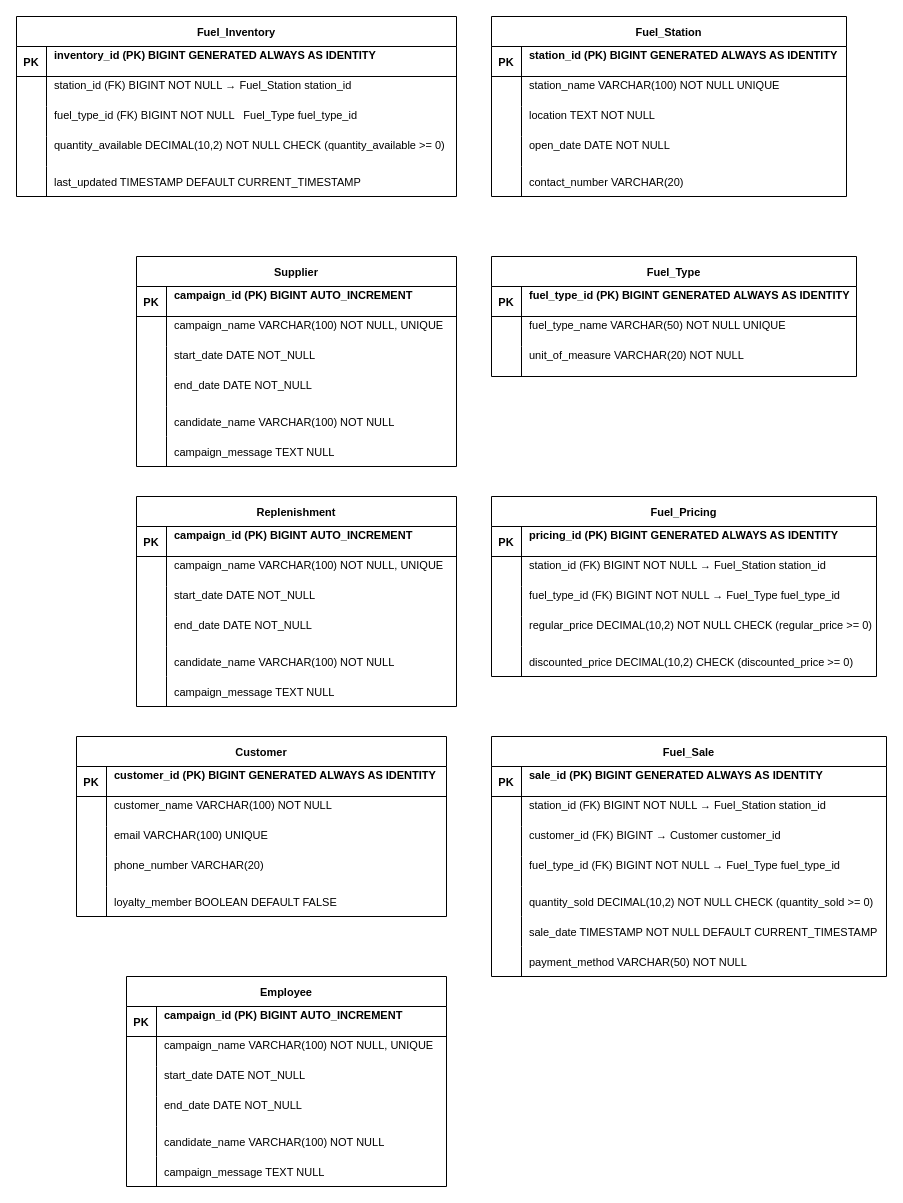
SergejusSG/git-demo1 keeps this draw.io diagram as Untitled Diagram.drawio. Above is the earlier version. Source tidied: cells renumbered, new cells numbered last; positions are measured from the earlier drawing's top-left corner, leaving out a move shared by most shapes. Both pictures are drawn from the tidied source at 100%, with x=0, y=0 at pixel (16, 16).
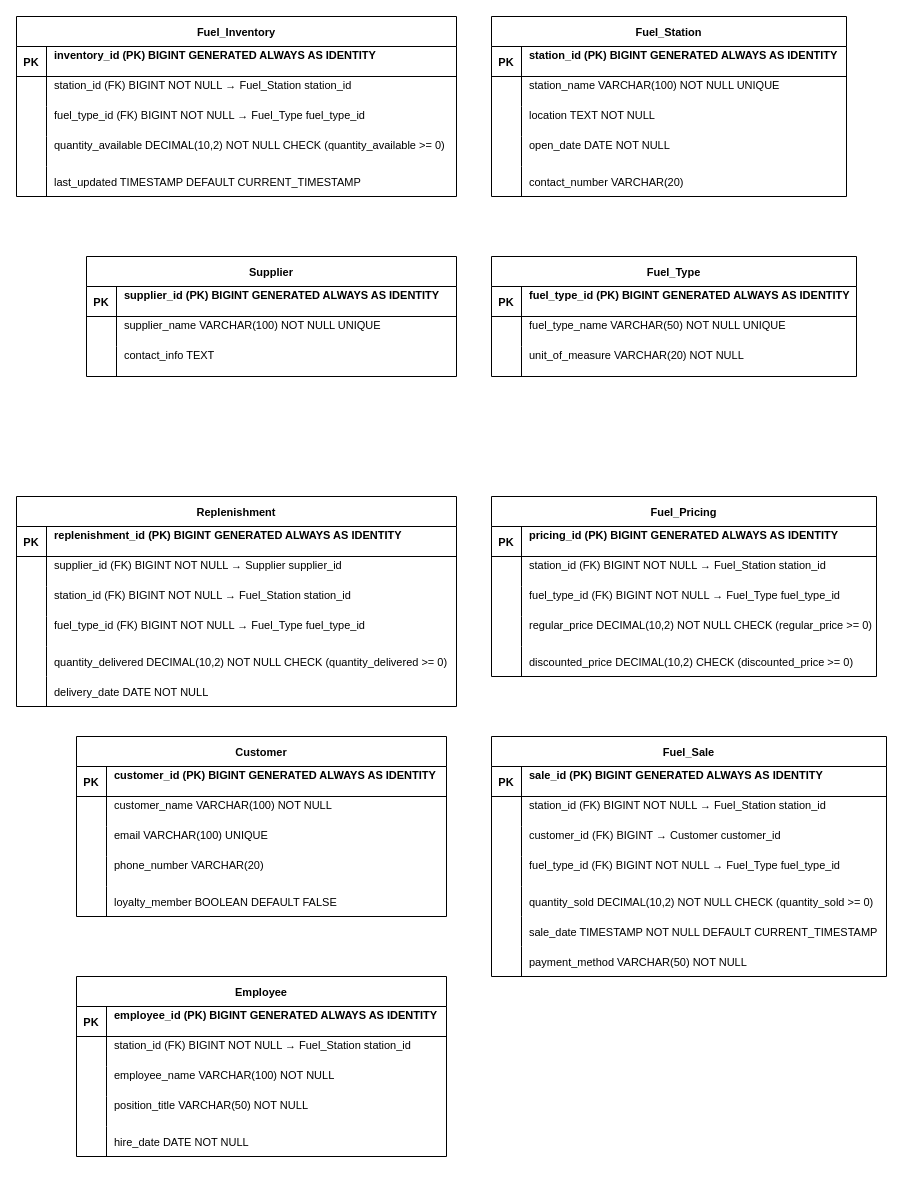
Above is the later version.

The change refers to these unchanged cells:
```xml
<mxCell id="35" style="shape=partialRectangle;fillColor=none;top=0;left=0;right=0;bottom=0;fontSize=11;" parent="28" vertex="1">
  <mxGeometry y="90" width="440" height="30" as="geometry" />
</mxCell>
```

Diff of the diagram source:
```diff
@@
-    <mxCell id="37" value="fuel_type_id (FK) BIGINT NOT NULL   Fuel_Type fuel_type_id&#10;" style="shape=partialRectangle;overflow=hidden;fillColor=none;top=0;left=0;bottom=0;right=0;align=left;spacingLeft=6;fontSize=11;" parent="35" vertex="1">
+    <mxCell id="37" value="fuel_type_id (FK) BIGINT NOT NULL → Fuel_Type fuel_type_id&#10;" style="shape=partialRectangle;overflow=hidden;fillColor=none;top=0;left=0;bottom=0;right=0;align=left;spacingLeft=6;fontSize=11;" parent="35" vertex="1">
       <mxGeometry x="30" width="410" height="30" as="geometry" />
     </mxCell>
@@
     <mxCell id="44" value="Supplier" style="shape=table;startSize=30;childLayout=tableLayout;rowLines=0;fontStyle=1;align=center;fontSize=11;" parent="1" vertex="1">
-      <mxGeometry x="120" y="240" width="320" height="210" as="geometry" />
+      <mxGeometry x="70" y="240" width="370" height="120" as="geometry" />
     </mxCell>
     <mxCell id="45" style="shape=partialRectangle;fillColor=none;top=0;left=0;right=0;bottom=1;fontSize=11;" parent="44" vertex="1">
-      <mxGeometry y="30" width="320" height="30" as="geometry" />
+      <mxGeometry y="30" width="370" height="30" as="geometry" />
     </mxCell>
@@
-    <mxCell id="47" value="campaign_id (PK) BIGINT AUTO_INCREMENT&#10;" style="shape=partialRectangle;overflow=hidden;fillColor=none;top=0;left=0;bottom=0;right=0;align=left;spacingLeft=6;fontStyle=1;fontSize=11;" parent="45" vertex="1">
-      <mxGeometry x="30" width="290" height="30" as="geometry" />
+    <mxCell id="47" value="supplier_id (PK) BIGINT GENERATED ALWAYS AS IDENTITY&#10;" style="shape=partialRectangle;overflow=hidden;fillColor=none;top=0;left=0;bottom=0;right=0;align=left;spacingLeft=6;fontStyle=1;fontSize=11;" parent="45" vertex="1">
+      <mxGeometry x="30" width="340" height="30" as="geometry" />
     </mxCell>
     <mxCell id="48" style="shape=partialRectangle;fillColor=none;top=0;left=0;right=0;bottom=0;fontSize=11;" parent="44" vertex="1">
-      <mxGeometry y="60" width="320" height="30" as="geometry" />
+      <mxGeometry y="60" width="370" height="30" as="geometry" />
     </mxCell>
@@
-    <mxCell id="50" value="campaign_name VARCHAR(100) NOT NULL, UNIQUE&#10;" style="shape=partialRectangle;overflow=hidden;fillColor=none;top=0;left=0;bottom=0;right=0;align=left;spacingLeft=6;fontSize=11;" parent="48" vertex="1">
-      <mxGeometry x="30" width="290" height="30" as="geometry" />
+    <mxCell id="50" value="supplier_name VARCHAR(100) NOT NULL UNIQUE&#10;" style="shape=partialRectangle;overflow=hidden;fillColor=none;top=0;left=0;bottom=0;right=0;align=left;spacingLeft=6;fontSize=11;" parent="48" vertex="1">
+      <mxGeometry x="30" width="340" height="30" as="geometry" />
     </mxCell>
     <mxCell id="51" style="shape=partialRectangle;fillColor=none;top=0;left=0;right=0;bottom=0;fontSize=11;" parent="44" vertex="1">
-      <mxGeometry y="90" width="320" height="30" as="geometry" />
+      <mxGeometry y="90" width="370" height="30" as="geometry" />
     </mxCell>
@@
-    <mxCell id="53" value="start_date DATE NOT_NULL&#10;" style="shape=partialRectangle;overflow=hidden;fillColor=none;top=0;left=0;bottom=0;right=0;align=left;spacingLeft=6;fontSize=11;" parent="51" vertex="1">
-      <mxGeometry x="30" width="290" height="30" as="geometry" />
+    <mxCell id="53" value="contact_info TEXT&#10;" style="shape=partialRectangle;overflow=hidden;fillColor=none;top=0;left=0;bottom=0;right=0;align=left;spacingLeft=6;fontSize=11;" parent="51" vertex="1">
+      <mxGeometry x="30" width="340" height="30" as="geometry" />
     </mxCell>
-    <mxCell id="54" style="shape=partialRectangle;fillColor=none;top=0;left=0;right=0;bottom=0;fontSize=11;" parent="44" vertex="1">
-      <mxGeometry y="120" width="320" height="30" as="geometry" />
-    </mxCell>
-    <mxCell id="55" style="shape=partialRectangle;overflow=hidden;fillColor=none;top=0;left=0;bottom=0;right=0;fontSize=11;" parent="54" vertex="1">
-      <mxGeometry width="30" height="30" as="geometry" />
-    </mxCell>
-    <mxCell id="56" value="end_date DATE NOT_NULL&#10;" style="shape=partialRectangle;overflow=hidden;fillColor=none;top=0;left=0;bottom=0;right=0;align=left;spacingLeft=6;fontSize=11;" parent="54" vertex="1">
-      <mxGeometry x="30" width="290" height="30" as="geometry" />
-    </mxCell>
-    <mxCell id="57" style="shape=partialRectangle;fillColor=none;top=0;left=0;right=0;bottom=0;fontSize=11;" parent="44" vertex="1">
-      <mxGeometry y="150" width="320" height="30" as="geometry" />
-    </mxCell>
-    <mxCell id="58" style="shape=partialRectangle;overflow=hidden;fillColor=none;top=0;left=0;bottom=0;right=0;fontSize=11;" parent="57" vertex="1">
-      <mxGeometry width="30" height="30" as="geometry" />
-    </mxCell>
-    <mxCell id="59" value="candidate_name VARCHAR(100) NOT NULL" style="shape=partialRectangle;overflow=hidden;fillColor=none;top=0;left=0;bottom=0;right=0;align=left;spacingLeft=6;fontSize=11;" parent="57" vertex="1">
-      <mxGeometry x="30" width="290" height="30" as="geometry" />
-    </mxCell>
-    <mxCell id="60" style="shape=partialRectangle;fillColor=none;top=0;left=0;right=0;bottom=0;fontSize=11;" parent="44" vertex="1">
-      <mxGeometry y="180" width="320" height="30" as="geometry" />
-    </mxCell>
-    <mxCell id="61" style="shape=partialRectangle;overflow=hidden;fillColor=none;top=0;left=0;bottom=0;right=0;fontSize=11;" parent="60" vertex="1">
-      <mxGeometry width="30" height="30" as="geometry" />
-    </mxCell>
-    <mxCell id="62" value="campaign_message TEXT NULL" style="shape=partialRectangle;overflow=hidden;fillColor=none;top=0;left=0;bottom=0;right=0;align=left;spacingLeft=6;fontSize=11;" parent="60" vertex="1">
-      <mxGeometry x="30" width="290" height="30" as="geometry" />
-    </mxCell>
     <mxCell id="63" value="Replenishment" style="shape=table;startSize=30;childLayout=tableLayout;rowLines=0;fontStyle=1;align=center;fontSize=11;" parent="1" vertex="1">
-      <mxGeometry x="120" y="480" width="320" height="210" as="geometry" />
+      <mxGeometry y="480" width="440" height="210" as="geometry" />
     </mxCell>
     <mxCell id="64" style="shape=partialRectangle;fillColor=none;top=0;left=0;right=0;bottom=1;fontSize=11;" parent="63" vertex="1">
-      <mxGeometry y="30" width="320" height="30" as="geometry" />
+      <mxGeometry y="30" width="440" height="30" as="geometry" />
     </mxCell>
@@
-    <mxCell id="66" value="campaign_id (PK) BIGINT AUTO_INCREMENT&#10;" style="shape=partialRectangle;overflow=hidden;fillColor=none;top=0;left=0;bottom=0;right=0;align=left;spacingLeft=6;fontStyle=1;fontSize=11;" parent="64" vertex="1">
-      <mxGeometry x="30" width="290" height="30" as="geometry" />
+    <mxCell id="66" value="replenishment_id (PK) BIGINT GENERATED ALWAYS AS IDENTITY&#10;" style="shape=partialRectangle;overflow=hidden;fillColor=none;top=0;left=0;bottom=0;right=0;align=left;spacingLeft=6;fontStyle=1;fontSize=11;" parent="64" vertex="1">
+      <mxGeometry x="30" width="410" height="30" as="geometry" />
     </mxCell>
     <mxCell id="67" style="shape=partialRectangle;fillColor=none;top=0;left=0;right=0;bottom=0;fontSize=11;" parent="63" vertex="1">
-      <mxGeometry y="60" width="320" height="30" as="geometry" />
+      <mxGeometry y="60" width="440" height="30" as="geometry" />
     </mxCell>
@@
-    <mxCell id="69" value="campaign_name VARCHAR(100) NOT NULL, UNIQUE&#10;" style="shape=partialRectangle;overflow=hidden;fillColor=none;top=0;left=0;bottom=0;right=0;align=left;spacingLeft=6;fontSize=11;" parent="67" vertex="1">
-      <mxGeometry x="30" width="290" height="30" as="geometry" />
+    <mxCell id="69" value="supplier_id (FK) BIGINT NOT NULL → Supplier supplier_id&#10;" style="shape=partialRectangle;overflow=hidden;fillColor=none;top=0;left=0;bottom=0;right=0;align=left;spacingLeft=6;fontSize=11;" parent="67" vertex="1">
+      <mxGeometry x="30" width="410" height="30" as="geometry" />
     </mxCell>
     <mxCell id="70" style="shape=partialRectangle;fillColor=none;top=0;left=0;right=0;bottom=0;fontSize=11;" parent="63" vertex="1">
-      <mxGeometry y="90" width="320" height="30" as="geometry" />
+      <mxGeometry y="90" width="440" height="30" as="geometry" />
     </mxCell>
@@
-    <mxCell id="72" value="start_date DATE NOT_NULL&#10;" style="shape=partialRectangle;overflow=hidden;fillColor=none;top=0;left=0;bottom=0;right=0;align=left;spacingLeft=6;fontSize=11;" parent="70" vertex="1">
-      <mxGeometry x="30" width="290" height="30" as="geometry" />
+    <mxCell id="72" value="station_id (FK) BIGINT NOT NULL → Fuel_Station station_id&#10;" style="shape=partialRectangle;overflow=hidden;fillColor=none;top=0;left=0;bottom=0;right=0;align=left;spacingLeft=6;fontSize=11;" parent="70" vertex="1">
+      <mxGeometry x="30" width="410" height="30" as="geometry" />
     </mxCell>
     <mxCell id="73" style="shape=partialRectangle;fillColor=none;top=0;left=0;right=0;bottom=0;fontSize=11;" parent="63" vertex="1">
-      <mxGeometry y="120" width="320" height="30" as="geometry" />
+      <mxGeometry y="120" width="440" height="30" as="geometry" />
     </mxCell>
@@
-    <mxCell id="75" value="end_date DATE NOT_NULL&#10;" style="shape=partialRectangle;overflow=hidden;fillColor=none;top=0;left=0;bottom=0;right=0;align=left;spacingLeft=6;fontSize=11;" parent="73" vertex="1">
-      <mxGeometry x="30" width="290" height="30" as="geometry" />
+    <mxCell id="75" value="fuel_type_id (FK) BIGINT NOT NULL → Fuel_Type fuel_type_id&#10;" style="shape=partialRectangle;overflow=hidden;fillColor=none;top=0;left=0;bottom=0;right=0;align=left;spacingLeft=6;fontSize=11;" parent="73" vertex="1">
+      <mxGeometry x="30" width="410" height="30" as="geometry" />
     </mxCell>
     <mxCell id="76" style="shape=partialRectangle;fillColor=none;top=0;left=0;right=0;bottom=0;fontSize=11;" parent="63" vertex="1">
-      <mxGeometry y="150" width="320" height="30" as="geometry" />
+      <mxGeometry y="150" width="440" height="30" as="geometry" />
     </mxCell>
@@
-    <mxCell id="78" value="candidate_name VARCHAR(100) NOT NULL" style="shape=partialRectangle;overflow=hidden;fillColor=none;top=0;left=0;bottom=0;right=0;align=left;spacingLeft=6;fontSize=11;" parent="76" vertex="1">
-      <mxGeometry x="30" width="290" height="30" as="geometry" />
+    <mxCell id="78" value="quantity_delivered DECIMAL(10,2) NOT NULL CHECK (quantity_delivered &gt;= 0)" style="shape=partialRectangle;overflow=hidden;fillColor=none;top=0;left=0;bottom=0;right=0;align=left;spacingLeft=6;fontSize=11;" parent="76" vertex="1">
+      <mxGeometry x="30" width="410" height="30" as="geometry" />
     </mxCell>
     <mxCell id="79" style="shape=partialRectangle;fillColor=none;top=0;left=0;right=0;bottom=0;fontSize=11;" parent="63" vertex="1">
-      <mxGeometry y="180" width="320" height="30" as="geometry" />
+      <mxGeometry y="180" width="440" height="30" as="geometry" />
     </mxCell>
@@
-    <mxCell id="81" value="campaign_message TEXT NULL" style="shape=partialRectangle;overflow=hidden;fillColor=none;top=0;left=0;bottom=0;right=0;align=left;spacingLeft=6;fontSize=11;" parent="79" vertex="1">
-      <mxGeometry x="30" width="290" height="30" as="geometry" />
+    <mxCell id="81" value="delivery_date DATE NOT NULL" style="shape=partialRectangle;overflow=hidden;fillColor=none;top=0;left=0;bottom=0;right=0;align=left;spacingLeft=6;fontSize=11;" parent="79" vertex="1">
+      <mxGeometry x="30" width="410" height="30" as="geometry" />
     </mxCell>
@@
     <mxCell id="136" value="Employee" style="shape=table;startSize=30;childLayout=tableLayout;rowLines=0;fontStyle=1;align=center;fontSize=11;" parent="1" vertex="1">
-      <mxGeometry x="110" y="960" width="320" height="210" as="geometry" />
+      <mxGeometry x="60" y="960" width="370" height="180" as="geometry" />
     </mxCell>
     <mxCell id="137" style="shape=partialRectangle;fillColor=none;top=0;left=0;right=0;bottom=1;fontSize=11;" parent="136" vertex="1">
-      <mxGeometry y="30" width="320" height="30" as="geometry" />
+      <mxGeometry y="30" width="370" height="30" as="geometry" />
     </mxCell>
@@
-    <mxCell id="139" value="campaign_id (PK) BIGINT AUTO_INCREMENT&#10;" style="shape=partialRectangle;overflow=hidden;fillColor=none;top=0;left=0;bottom=0;right=0;align=left;spacingLeft=6;fontStyle=1;fontSize=11;" parent="137" vertex="1">
-      <mxGeometry x="30" width="290" height="30" as="geometry" />
+    <mxCell id="139" value="employee_id (PK) BIGINT GENERATED ALWAYS AS IDENTITY&#10;" style="shape=partialRectangle;overflow=hidden;fillColor=none;top=0;left=0;bottom=0;right=0;align=left;spacingLeft=6;fontStyle=1;fontSize=11;" parent="137" vertex="1">
+      <mxGeometry x="30" width="340" height="30" as="geometry" />
     </mxCell>
     <mxCell id="140" style="shape=partialRectangle;fillColor=none;top=0;left=0;right=0;bottom=0;fontSize=11;" parent="136" vertex="1">
-      <mxGeometry y="60" width="320" height="30" as="geometry" />
+      <mxGeometry y="60" width="370" height="30" as="geometry" />
     </mxCell>
@@
-    <mxCell id="142" value="campaign_name VARCHAR(100) NOT NULL, UNIQUE&#10;" style="shape=partialRectangle;overflow=hidden;fillColor=none;top=0;left=0;bottom=0;right=0;align=left;spacingLeft=6;fontSize=11;" parent="140" vertex="1">
-      <mxGeometry x="30" width="290" height="30" as="geometry" />
+    <mxCell id="142" value="station_id (FK) BIGINT NOT NULL → Fuel_Station station_id&#10;" style="shape=partialRectangle;overflow=hidden;fillColor=none;top=0;left=0;bottom=0;right=0;align=left;spacingLeft=6;fontSize=11;" parent="140" vertex="1">
+      <mxGeometry x="30" width="340" height="30" as="geometry" />
     </mxCell>
     <mxCell id="143" style="shape=partialRectangle;fillColor=none;top=0;left=0;right=0;bottom=0;fontSize=11;" parent="136" vertex="1">
-      <mxGeometry y="90" width="320" height="30" as="geometry" />
+      <mxGeometry y="90" width="370" height="30" as="geometry" />
     </mxCell>
@@
-    <mxCell id="145" value="start_date DATE NOT_NULL&#10;" style="shape=partialRectangle;overflow=hidden;fillColor=none;top=0;left=0;bottom=0;right=0;align=left;spacingLeft=6;fontSize=11;" parent="143" vertex="1">
-      <mxGeometry x="30" width="290" height="30" as="geometry" />
+    <mxCell id="145" value="employee_name VARCHAR(100) NOT NULL&#10;" style="shape=partialRectangle;overflow=hidden;fillColor=none;top=0;left=0;bottom=0;right=0;align=left;spacingLeft=6;fontSize=11;" parent="143" vertex="1">
+      <mxGeometry x="30" width="340" height="30" as="geometry" />
     </mxCell>
     <mxCell id="146" style="shape=partialRectangle;fillColor=none;top=0;left=0;right=0;bottom=0;fontSize=11;" parent="136" vertex="1">
-      <mxGeometry y="120" width="320" height="30" as="geometry" />
+      <mxGeometry y="120" width="370" height="30" as="geometry" />
     </mxCell>
@@
-    <mxCell id="148" value="end_date DATE NOT_NULL&#10;" style="shape=partialRectangle;overflow=hidden;fillColor=none;top=0;left=0;bottom=0;right=0;align=left;spacingLeft=6;fontSize=11;" parent="146" vertex="1">
-      <mxGeometry x="30" width="290" height="30" as="geometry" />
+    <mxCell id="148" value="position_title VARCHAR(50) NOT NULL&#10;" style="shape=partialRectangle;overflow=hidden;fillColor=none;top=0;left=0;bottom=0;right=0;align=left;spacingLeft=6;fontSize=11;" parent="146" vertex="1">
+      <mxGeometry x="30" width="340" height="30" as="geometry" />
     </mxCell>
     <mxCell id="149" style="shape=partialRectangle;fillColor=none;top=0;left=0;right=0;bottom=0;fontSize=11;" parent="136" vertex="1">
-      <mxGeometry y="150" width="320" height="30" as="geometry" />
+      <mxGeometry y="150" width="370" height="30" as="geometry" />
     </mxCell>
@@
-    <mxCell id="151" value="candidate_name VARCHAR(100) NOT NULL" style="shape=partialRectangle;overflow=hidden;fillColor=none;top=0;left=0;bottom=0;right=0;align=left;spacingLeft=6;fontSize=11;" parent="149" vertex="1">
-      <mxGeometry x="30" width="290" height="30" as="geometry" />
+    <mxCell id="151" value="hire_date DATE NOT NULL" style="shape=partialRectangle;overflow=hidden;fillColor=none;top=0;left=0;bottom=0;right=0;align=left;spacingLeft=6;fontSize=11;" parent="149" vertex="1">
+      <mxGeometry x="30" width="340" height="30" as="geometry" />
     </mxCell>
-    <mxCell id="152" style="shape=partialRectangle;fillColor=none;top=0;left=0;right=0;bottom=0;fontSize=11;" parent="136" vertex="1">
-      <mxGeometry y="180" width="320" height="30" as="geometry" />
-    </mxCell>
-    <mxCell id="153" style="shape=partialRectangle;overflow=hidden;fillColor=none;top=0;left=0;bottom=0;right=0;fontSize=11;" parent="152" vertex="1">
-      <mxGeometry width="30" height="30" as="geometry" />
-    </mxCell>
-    <mxCell id="154" value="campaign_message TEXT NULL" style="shape=partialRectangle;overflow=hidden;fillColor=none;top=0;left=0;bottom=0;right=0;align=left;spacingLeft=6;fontSize=11;" parent="152" vertex="1">
-      <mxGeometry x="30" width="290" height="30" as="geometry" />
-    </mxCell>
```
